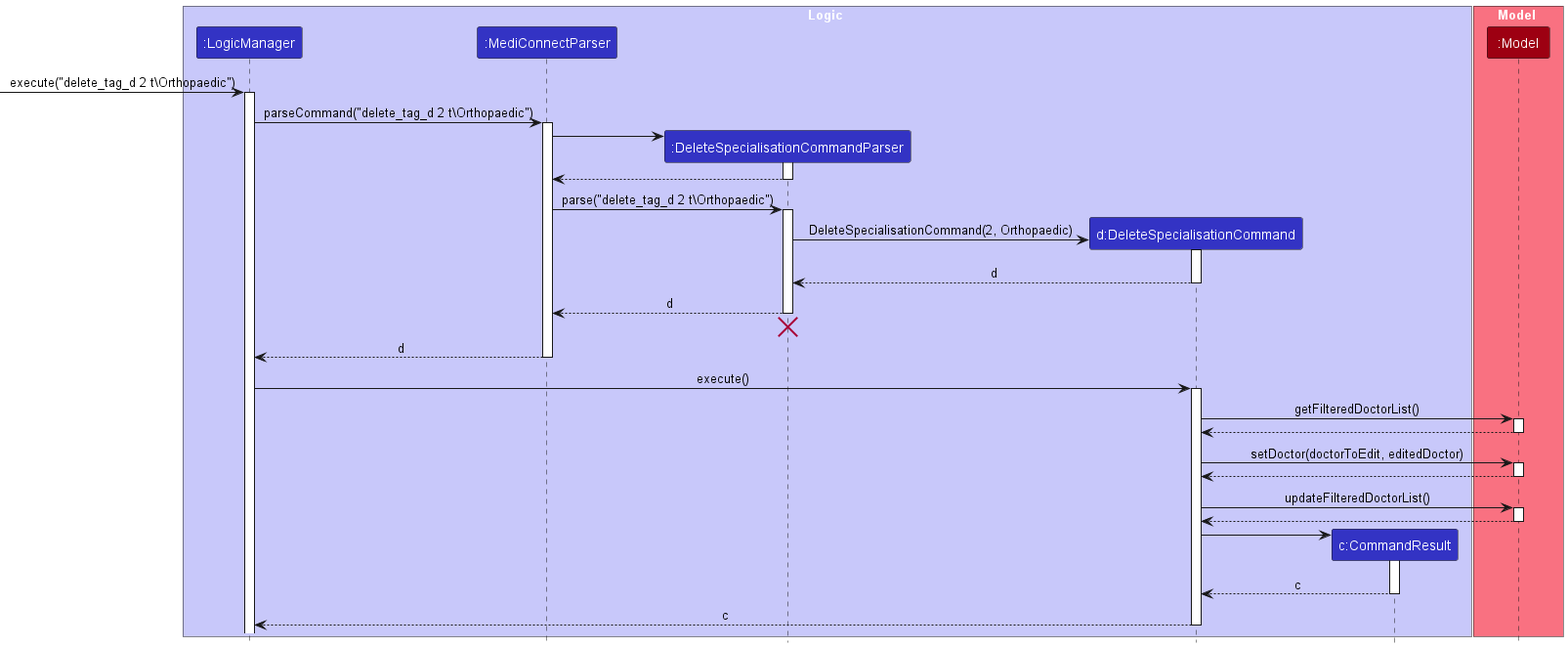
yanghengtang/tp keeps this PlantUML diagram as docs/images/DeleteSpecialisationSequenceDiagram.png. Above is the earlier version.
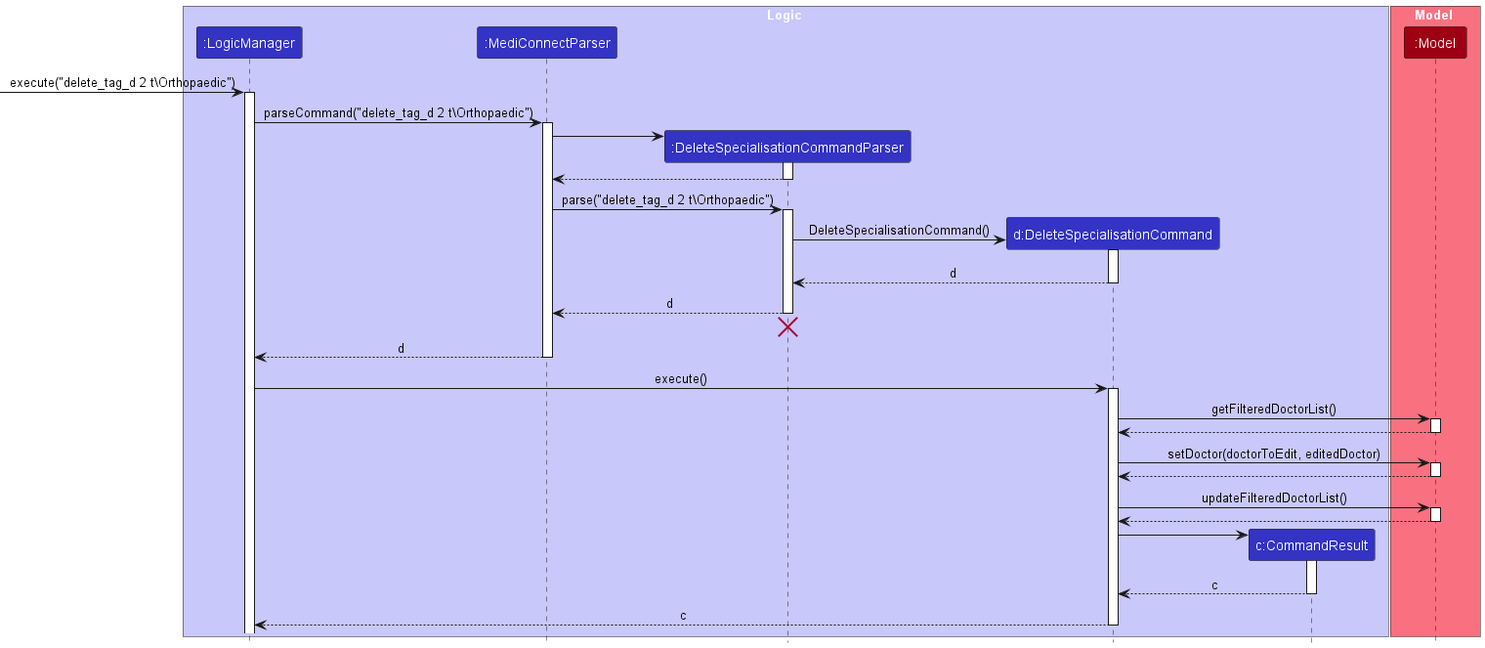
Later version of the same file.

Commit message:
Fix Add/Delete Specialisation Diagram

Diff of the diagram source:
```diff
@@ -32,7 +32,7 @@
 
 
 create DeleteSpecialisationCommand
-DeleteSpecialisationCommandParser -> DeleteSpecialisationCommand : DeleteSpecialisationCommand(2, Orthopaedic)
+DeleteSpecialisationCommandParser -> DeleteSpecialisationCommand : DeleteSpecialisationCommand()
 activate DeleteSpecialisationCommand
 
 DeleteSpecialisationCommand --> DeleteSpecialisationCommandParser : d
```
